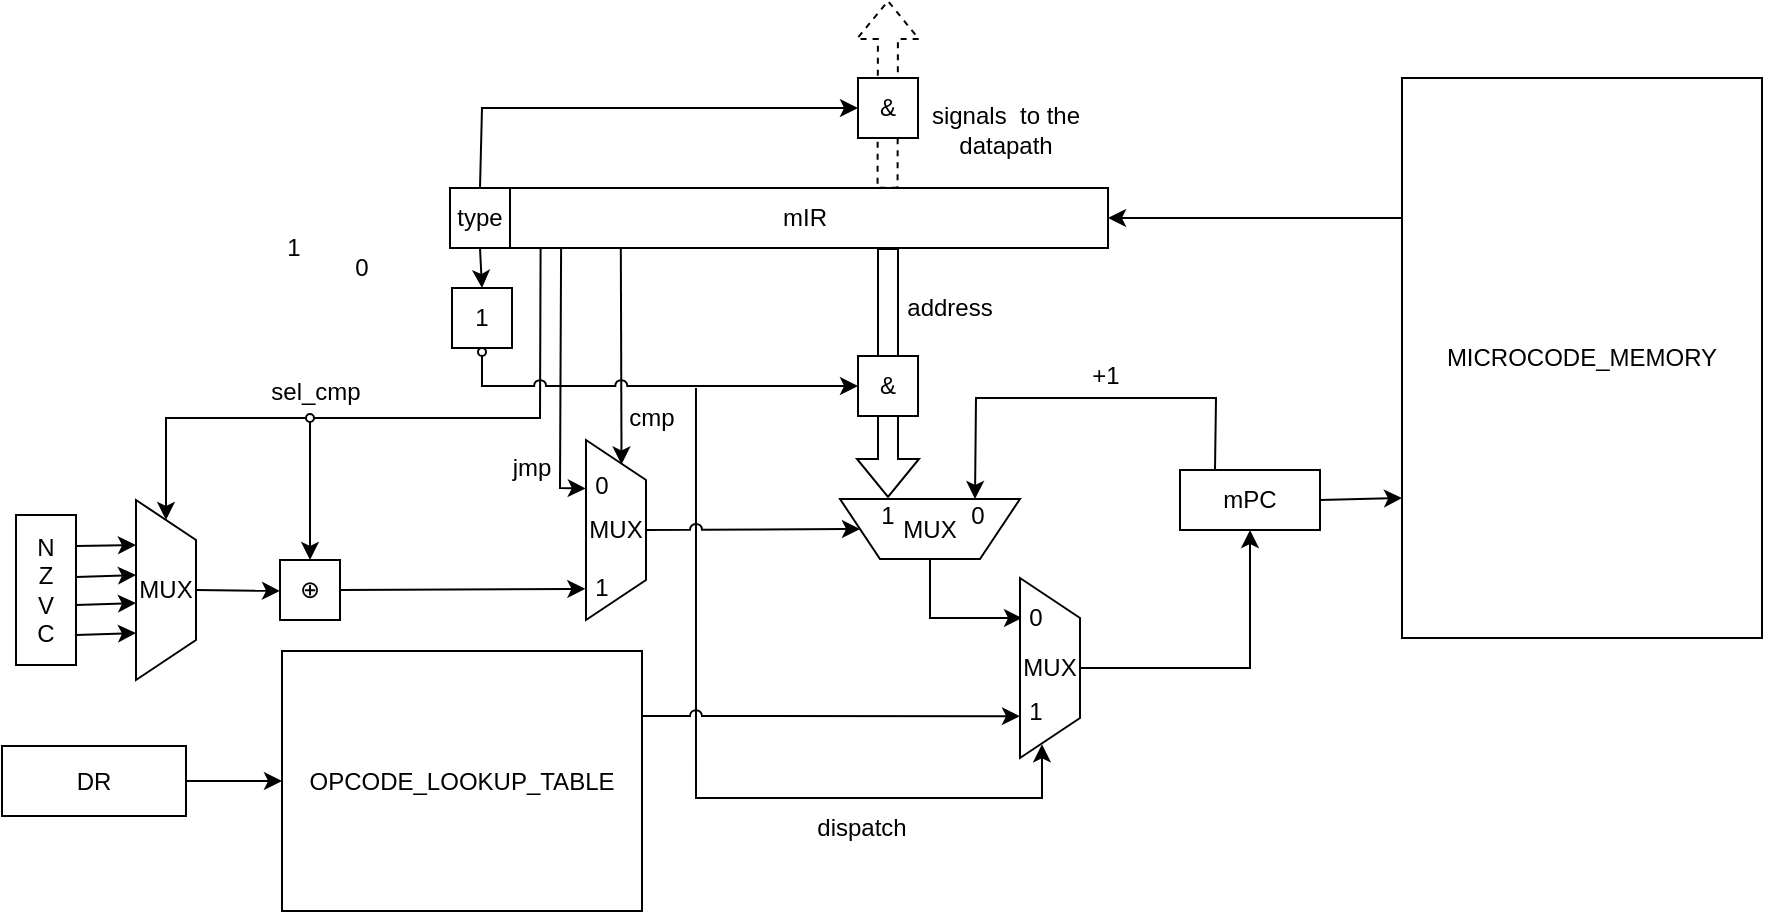
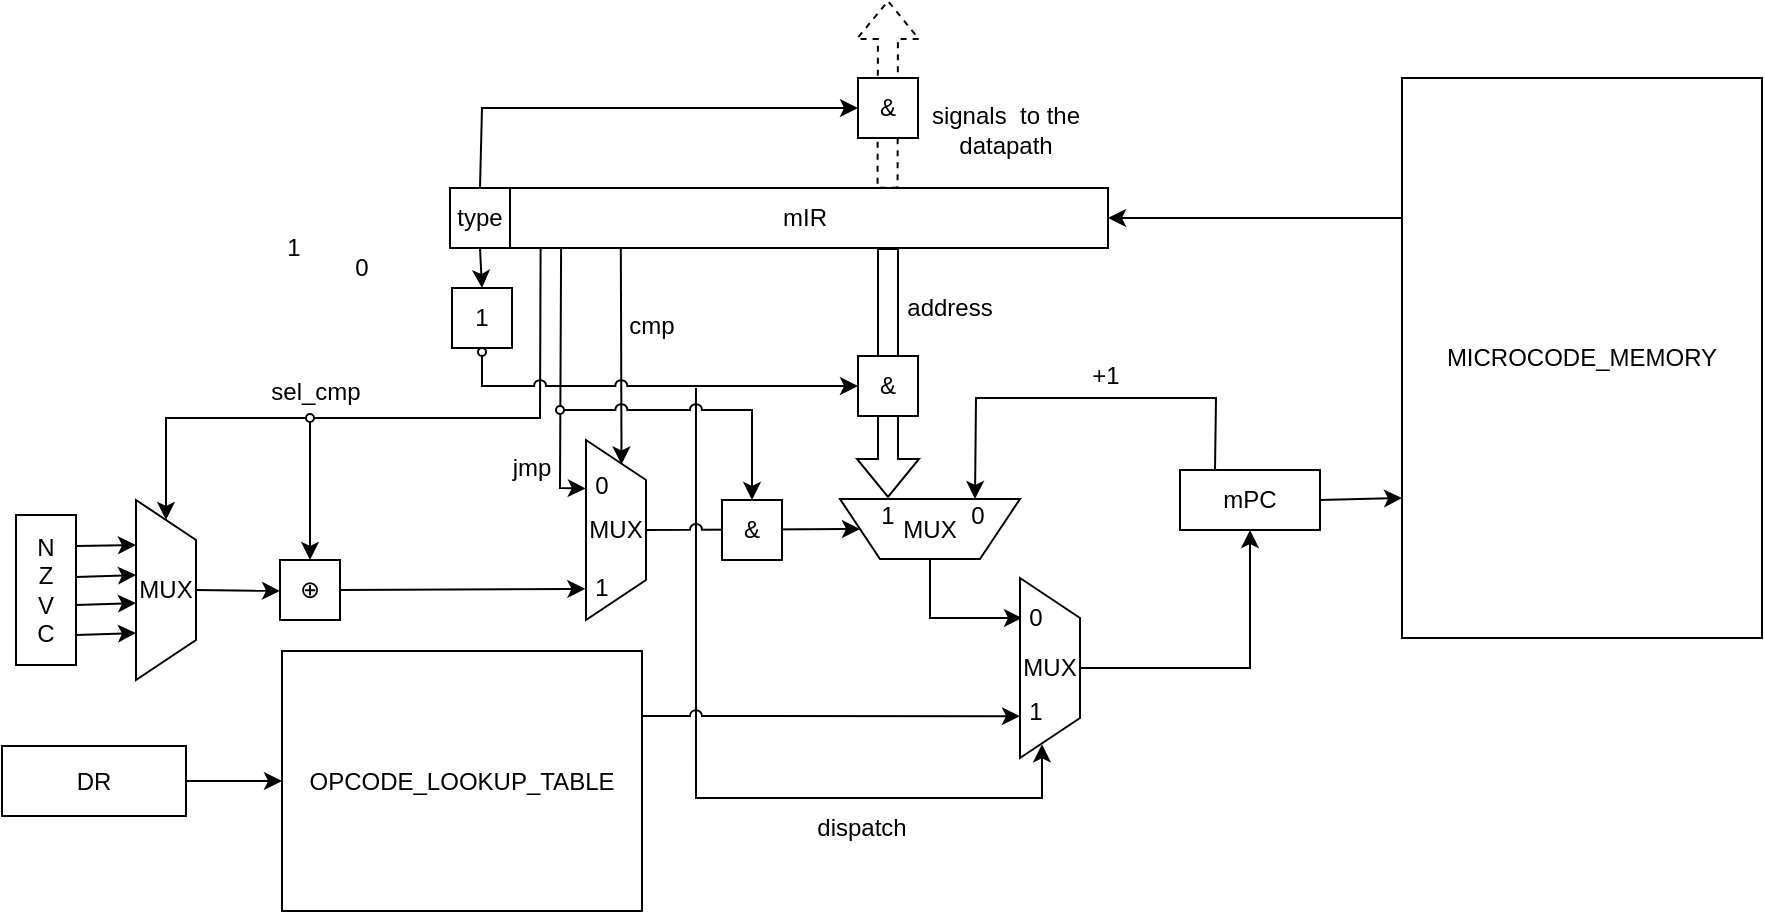
<mxfile host="Electron" agent="Mozilla/5.0 (X11; Linux x86_64) AppleWebKit/537.36 (KHTML, like Gecko) Chrome/136.0.0.0 Safari/537.36">
  <diagram name="Страница — 1" id="IUHHUsOvhiQDS1XtrzDv">
    <mxGraphModel dx="1941" dy="1838" grid="1" gridSize="10" guides="1" tooltips="1" connect="1" arrows="1" fold="1" page="1" pageScale="1" pageWidth="827" pageHeight="1169" math="0" shadow="0">
      <root>
        <mxCell id="0" />
        <mxCell id="1" parent="0" />
        <mxCell id="UMDEijwKjBP0KrCOsV-c-75" edge="1" parent="1" style="endArrow=classic;html=1;rounded=0;exitX=0.33;exitY=1.036;exitDx=0;exitDy=0;exitPerimeter=0;entryX=0.649;entryY=1.038;entryDx=0;entryDy=0;entryPerimeter=0;" target="UMDEijwKjBP0KrCOsV-c-89" value="">
          <mxGeometry height="50" relative="1" width="50" as="geometry">
            <Array as="points">
              <mxPoint x="147" y="-710" />
              <mxPoint x="320" y="-710" />
            </Array>
            <mxPoint x="146.98329999999987" y="-915" as="sourcePoint" />
            <mxPoint x="322.0000000000002" y="-671.08" as="targetPoint" />
          </mxGeometry>
        </mxCell>
        <mxCell id="UMDEijwKjBP0KrCOsV-c-66" edge="1" parent="1" style="endArrow=classic;html=1;rounded=0;exitX=0.091;exitY=1.013;exitDx=0;exitDy=0;exitPerimeter=0;entryX=0.5;entryY=0;entryDx=0;entryDy=0;movable=1;resizable=1;rotatable=1;deletable=1;editable=1;locked=0;connectable=1;" target="UMDEijwKjBP0KrCOsV-c-55" value="">
          <mxGeometry height="50" relative="1" width="50" as="geometry">
            <Array as="points">
              <mxPoint x="69" y="-900" />
              <mxPoint x="-46" y="-900" />
            </Array>
            <mxPoint x="69.29390999999987" y="-984.61" as="sourcePoint" />
            <mxPoint x="119" y="-910" as="targetPoint" />
          </mxGeometry>
        </mxCell>
        <mxCell id="UMDEijwKjBP0KrCOsV-c-38" edge="1" parent="1" style="endArrow=classic;html=1;rounded=0;exitX=0.105;exitY=0.998;exitDx=0;exitDy=0;exitPerimeter=0;entryX=0.136;entryY=0.408;entryDx=0;entryDy=0;entryPerimeter=0;" target="UMDEijwKjBP0KrCOsV-c-52" value="">
          <mxGeometry height="50" relative="1" width="50" as="geometry">
            <mxPoint x="109.41604999999981" y="-985.06" as="sourcePoint" />
            <mxPoint x="109" y="-890" as="targetPoint" />
          </mxGeometry>
        </mxCell>
        <mxCell id="UMDEijwKjBP0KrCOsV-c-1" parent="1" style="whiteSpace=wrap;html=1;" value="mPC" vertex="1">
          <mxGeometry height="30" width="70" x="389" y="-874" as="geometry" />
        </mxCell>
        <mxCell id="UMDEijwKjBP0KrCOsV-c-2" parent="1" style="rounded=0;whiteSpace=wrap;html=1;" value="MICROCODE_MEMORY" vertex="1">
          <mxGeometry height="280" width="180" x="500" y="-1070" as="geometry" />
        </mxCell>
        <mxCell id="UMDEijwKjBP0KrCOsV-c-3" parent="1" style="whiteSpace=wrap;html=1;" value="mIR" vertex="1">
          <mxGeometry height="30" width="303.01" x="50" y="-1015" as="geometry" />
        </mxCell>
        <mxCell id="UMDEijwKjBP0KrCOsV-c-4" edge="1" parent="1" source="UMDEijwKjBP0KrCOsV-c-2" style="endArrow=classic;html=1;rounded=0;exitX=0;exitY=0.25;exitDx=0;exitDy=0;entryX=1;entryY=0.5;entryDx=0;entryDy=0;" target="UMDEijwKjBP0KrCOsV-c-3" value="">
          <mxGeometry height="50" relative="1" width="50" as="geometry">
            <mxPoint x="410" y="-950" as="sourcePoint" />
            <mxPoint x="460" y="-1000" as="targetPoint" />
          </mxGeometry>
        </mxCell>
        <mxCell id="UMDEijwKjBP0KrCOsV-c-5" edge="1" parent="1" source="UMDEijwKjBP0KrCOsV-c-1" style="endArrow=classic;html=1;rounded=0;exitX=1;exitY=0.5;exitDx=0;exitDy=0;entryX=0;entryY=0.75;entryDx=0;entryDy=0;" target="UMDEijwKjBP0KrCOsV-c-2" value="">
          <mxGeometry height="50" relative="1" width="50" as="geometry">
            <mxPoint x="350" y="-840" as="sourcePoint" />
            <mxPoint x="400" y="-890" as="targetPoint" />
          </mxGeometry>
        </mxCell>
        <mxCell id="UMDEijwKjBP0KrCOsV-c-7" edge="1" parent="1" style="shape=flexArrow;endArrow=classic;html=1;rounded=0;exitX=0.842;exitY=0.011;exitDx=0;exitDy=0;dashed=1;exitPerimeter=0;" value="">
          <mxGeometry height="50" relative="1" width="50" as="geometry">
            <mxPoint x="242.7744200000002" y="-1014.6700000000001" as="sourcePoint" />
            <mxPoint x="243" y="-1109" as="targetPoint" />
          </mxGeometry>
        </mxCell>
        <mxCell id="UMDEijwKjBP0KrCOsV-c-8" parent="1" style="text;html=1;whiteSpace=wrap;strokeColor=none;fillColor=none;align=center;verticalAlign=middle;rounded=0;" value="signals&amp;nbsp; to the datapath" vertex="1">
          <mxGeometry height="30" width="106" x="249" y="-1059" as="geometry" />
        </mxCell>
        <mxCell id="UMDEijwKjBP0KrCOsV-c-21" parent="1" style="whiteSpace=wrap;html=1;" value="type" vertex="1">
          <mxGeometry height="30" width="30" x="24" y="-1015" as="geometry" />
        </mxCell>
        <mxCell id="UMDEijwKjBP0KrCOsV-c-22" edge="1" parent="1" source="UMDEijwKjBP0KrCOsV-c-21" style="endArrow=classic;html=1;rounded=0;exitX=0.5;exitY=1;exitDx=0;exitDy=0;entryX=0.5;entryY=0;entryDx=0;entryDy=0;" target="UMDEijwKjBP0KrCOsV-c-28" value="">
          <mxGeometry height="50" relative="1" width="50" as="geometry">
            <mxPoint x="-42" y="-985" as="sourcePoint" />
            <mxPoint x="40" y="-950" as="targetPoint" />
          </mxGeometry>
        </mxCell>
        <mxCell id="UMDEijwKjBP0KrCOsV-c-24" parent="1" style="whiteSpace=wrap;html=1;" value="&amp;amp;" vertex="1">
          <mxGeometry height="30" width="30" x="228" y="-1070" as="geometry" />
        </mxCell>
        <mxCell id="UMDEijwKjBP0KrCOsV-c-25" edge="1" parent="1" source="UMDEijwKjBP0KrCOsV-c-21" style="endArrow=classic;html=1;rounded=0;exitX=0.5;exitY=0;exitDx=0;exitDy=0;entryX=0;entryY=0.5;entryDx=0;entryDy=0;" target="UMDEijwKjBP0KrCOsV-c-24" value="">
          <mxGeometry height="50" relative="1" width="50" as="geometry">
            <Array as="points">
              <mxPoint x="40" y="-1055" />
            </Array>
            <mxPoint x="260" y="-1030" as="sourcePoint" />
            <mxPoint x="260" y="-985" as="targetPoint" />
          </mxGeometry>
        </mxCell>
        <mxCell id="UMDEijwKjBP0KrCOsV-c-30" connectable="0" parent="1" style="group" value="" vertex="1">
          <mxGeometry height="34" width="30" x="25" y="-965" as="geometry" />
        </mxCell>
        <mxCell id="UMDEijwKjBP0KrCOsV-c-28" parent="UMDEijwKjBP0KrCOsV-c-30" style="whiteSpace=wrap;html=1;" value="1" vertex="1">
          <mxGeometry height="30" width="30" as="geometry" />
        </mxCell>
        <mxCell id="UMDEijwKjBP0KrCOsV-c-29" parent="UMDEijwKjBP0KrCOsV-c-30" style="ellipse;whiteSpace=wrap;html=1;aspect=fixed;fillColor=none;" value="" vertex="1">
          <mxGeometry height="4" width="4" x="13" y="30" as="geometry" />
        </mxCell>
        <mxCell id="UMDEijwKjBP0KrCOsV-c-32" parent="1" style="rounded=0;whiteSpace=wrap;html=1;direction=south;" value="N&lt;br&gt;Z&lt;br&gt;V&lt;br&gt;C" vertex="1">
          <mxGeometry height="75" width="30" x="-193" y="-851.5" as="geometry" />
        </mxCell>
        <mxCell id="UMDEijwKjBP0KrCOsV-c-34" edge="1" parent="1" source="UMDEijwKjBP0KrCOsV-c-29" style="endArrow=classic;html=1;rounded=0;entryX=0;entryY=0.5;entryDx=0;entryDy=0;exitX=0.5;exitY=1;exitDx=0;exitDy=0;jumpStyle=arc;" target="UMDEijwKjBP0KrCOsV-c-26" value="">
          <mxGeometry height="50" relative="1" width="50" as="geometry">
            <Array as="points">
              <mxPoint x="40" y="-916" />
            </Array>
            <mxPoint x="250" y="-860" as="sourcePoint" />
            <mxPoint x="300" y="-910" as="targetPoint" />
          </mxGeometry>
        </mxCell>
        <mxCell id="UMDEijwKjBP0KrCOsV-c-35" edge="1" parent="1" style="shape=flexArrow;endArrow=classic;html=1;rounded=0;" value="">
          <mxGeometry height="50" relative="1" width="50" as="geometry">
            <mxPoint x="243" y="-985" as="sourcePoint" />
            <mxPoint x="243" y="-860" as="targetPoint" />
          </mxGeometry>
        </mxCell>
        <mxCell id="UMDEijwKjBP0KrCOsV-c-26" parent="1" style="whiteSpace=wrap;html=1;" value="&amp;amp;" vertex="1">
          <mxGeometry height="30" width="30" x="228.01" y="-931" as="geometry" />
        </mxCell>
        <mxCell id="UMDEijwKjBP0KrCOsV-c-40" parent="1" style="shape=trapezoid;perimeter=trapezoidPerimeter;whiteSpace=wrap;html=1;fixedSize=1;direction=east;rotation=90;horizontal=0;" value="MUX" vertex="1">
          <mxGeometry height="30" width="90" x="-163" y="-829" as="geometry" />
        </mxCell>
        <mxCell id="UMDEijwKjBP0KrCOsV-c-41" edge="1" parent="1" source="UMDEijwKjBP0KrCOsV-c-32" style="endArrow=classic;html=1;rounded=0;exitX=0.207;exitY=-0.001;exitDx=0;exitDy=0;exitPerimeter=0;entryX=0.25;entryY=1;entryDx=0;entryDy=0;" target="UMDEijwKjBP0KrCOsV-c-40" value="">
          <mxGeometry height="50" relative="1" width="50" as="geometry">
            <mxPoint x="-23" y="-701.5" as="sourcePoint" />
            <mxPoint x="27" y="-751.5" as="targetPoint" />
          </mxGeometry>
        </mxCell>
        <mxCell id="UMDEijwKjBP0KrCOsV-c-42" edge="1" parent="1" style="endArrow=classic;html=1;rounded=0;exitX=0.207;exitY=-0.001;exitDx=0;exitDy=0;exitPerimeter=0;entryX=0.25;entryY=1;entryDx=0;entryDy=0;" value="">
          <mxGeometry height="50" relative="1" width="50" as="geometry">
            <mxPoint x="-163" y="-820.5" as="sourcePoint" />
            <mxPoint x="-133" y="-821.5" as="targetPoint" />
          </mxGeometry>
        </mxCell>
        <mxCell id="UMDEijwKjBP0KrCOsV-c-43" edge="1" parent="1" style="endArrow=classic;html=1;rounded=0;exitX=0.207;exitY=-0.001;exitDx=0;exitDy=0;exitPerimeter=0;entryX=0.25;entryY=1;entryDx=0;entryDy=0;" value="">
          <mxGeometry height="50" relative="1" width="50" as="geometry">
            <mxPoint x="-163" y="-806.5" as="sourcePoint" />
            <mxPoint x="-133" y="-807.5" as="targetPoint" />
          </mxGeometry>
        </mxCell>
        <mxCell id="UMDEijwKjBP0KrCOsV-c-44" edge="1" parent="1" style="endArrow=classic;html=1;rounded=0;exitX=0.207;exitY=-0.001;exitDx=0;exitDy=0;exitPerimeter=0;entryX=0.25;entryY=1;entryDx=0;entryDy=0;" value="">
          <mxGeometry height="50" relative="1" width="50" as="geometry">
            <mxPoint x="-163" y="-791.5" as="sourcePoint" />
            <mxPoint x="-133" y="-792.5" as="targetPoint" />
          </mxGeometry>
        </mxCell>
        <mxCell id="UMDEijwKjBP0KrCOsV-c-45" edge="1" parent="1" source="UMDEijwKjBP0KrCOsV-c-40" style="endArrow=classic;html=1;rounded=0;exitX=0.5;exitY=0;exitDx=0;exitDy=0;" value="">
          <mxGeometry height="50" relative="1" width="50" as="geometry">
            <mxPoint x="-41" y="-809.5" as="sourcePoint" />
            <mxPoint x="-61" y="-813.5" as="targetPoint" />
          </mxGeometry>
        </mxCell>
        <mxCell id="UMDEijwKjBP0KrCOsV-c-46" parent="1" style="shape=trapezoid;perimeter=trapezoidPerimeter;whiteSpace=wrap;html=1;fixedSize=1;direction=south;rotation=90;horizontal=0;" value="MUX" vertex="1">
          <mxGeometry height="90" width="30" x="249" y="-889.5" as="geometry" />
        </mxCell>
        <mxCell id="UMDEijwKjBP0KrCOsV-c-48" edge="1" parent="1" source="UMDEijwKjBP0KrCOsV-c-1" style="endArrow=classic;html=1;rounded=0;entryX=0.25;entryY=1;entryDx=0;entryDy=0;exitX=0.25;exitY=0;exitDx=0;exitDy=0;" target="UMDEijwKjBP0KrCOsV-c-46" value="">
          <mxGeometry height="50" relative="1" width="50" as="geometry">
            <Array as="points">
              <mxPoint x="407" y="-910" />
              <mxPoint x="287" y="-910" />
            </Array>
            <mxPoint x="287" y="-900" as="sourcePoint" />
            <mxPoint x="280" y="-900" as="targetPoint" />
          </mxGeometry>
        </mxCell>
        <mxCell id="UMDEijwKjBP0KrCOsV-c-50" parent="1" style="text;html=1;whiteSpace=wrap;strokeColor=none;fillColor=none;align=center;verticalAlign=middle;rounded=0;" value="+1" vertex="1">
          <mxGeometry height="30" width="60" x="322" y="-936" as="geometry" />
        </mxCell>
        <mxCell id="UMDEijwKjBP0KrCOsV-c-51" edge="1" parent="1" source="UMDEijwKjBP0KrCOsV-c-46" style="endArrow=classic;html=1;rounded=0;exitX=0.5;exitY=0;exitDx=0;exitDy=0;" value="">
          <mxGeometry height="50" relative="1" width="50" as="geometry">
            <Array as="points">
              <mxPoint x="264" y="-800" />
            </Array>
            <mxPoint x="280" y="-870" as="sourcePoint" />
            <mxPoint x="310" y="-800" as="targetPoint" />
          </mxGeometry>
        </mxCell>
        <mxCell id="UMDEijwKjBP0KrCOsV-c-52" parent="1" style="shape=trapezoid;perimeter=trapezoidPerimeter;whiteSpace=wrap;html=1;fixedSize=1;direction=east;rotation=90;horizontal=0;" value="MUX" vertex="1">
          <mxGeometry height="30" width="90" x="62" y="-859" as="geometry" />
        </mxCell>
        <mxCell id="UMDEijwKjBP0KrCOsV-c-61" edge="1" parent="1" source="UMDEijwKjBP0KrCOsV-c-55" style="endArrow=classic;html=1;rounded=0;exitX=1;exitY=0.5;exitDx=0;exitDy=0;entryX=0.827;entryY=1.011;entryDx=0;entryDy=0;entryPerimeter=0;movable=1;resizable=1;rotatable=1;deletable=1;editable=1;locked=0;connectable=1;" target="UMDEijwKjBP0KrCOsV-c-52" value="">
          <mxGeometry height="50" relative="1" width="50" as="geometry">
            <mxPoint x="-26.999999999965667" y="-814" as="sourcePoint" />
            <mxPoint x="75.36999999999989" y="-814.23" as="targetPoint" />
          </mxGeometry>
        </mxCell>
        <mxCell id="UMDEijwKjBP0KrCOsV-c-62" parent="1" style="ellipse;whiteSpace=wrap;html=1;aspect=fixed;fillColor=light-dark(#FFFFFF,#FFFFFF);" value="" vertex="1">
          <mxGeometry height="4" width="4" x="-48" y="-902" as="geometry" />
        </mxCell>
        <mxCell id="UMDEijwKjBP0KrCOsV-c-64" edge="1" parent="1" source="UMDEijwKjBP0KrCOsV-c-62" style="endArrow=classic;html=1;rounded=0;exitX=0;exitY=0.5;exitDx=0;exitDy=0;entryX=0;entryY=0.5;entryDx=0;entryDy=0;" target="UMDEijwKjBP0KrCOsV-c-40" value="">
          <mxGeometry height="50" relative="1" width="50" as="geometry">
            <Array as="points">
              <mxPoint x="-118" y="-900" />
            </Array>
            <mxPoint x="-33" y="-916" as="sourcePoint" />
            <mxPoint x="-93" y="-903" as="targetPoint" />
          </mxGeometry>
        </mxCell>
        <mxCell id="UMDEijwKjBP0KrCOsV-c-65" edge="1" parent="1" source="UMDEijwKjBP0KrCOsV-c-52" style="endArrow=classic;html=1;rounded=0;entryX=1;entryY=0.5;entryDx=0;entryDy=0;exitX=0.5;exitY=0;exitDx=0;exitDy=0;jumpStyle=arc;" target="UMDEijwKjBP0KrCOsV-c-46" value="">
          <mxGeometry height="50" relative="1" width="50" as="geometry">
            <mxPoint x="120" y="-850" as="sourcePoint" />
            <mxPoint x="170" y="-900" as="targetPoint" />
          </mxGeometry>
        </mxCell>
        <mxCell id="UMDEijwKjBP0KrCOsV-c-69" edge="1" parent="1" style="endArrow=classic;html=1;rounded=0;entryX=0.269;entryY=1.003;entryDx=0;entryDy=0;entryPerimeter=0;exitX=0.137;exitY=1.015;exitDx=0;exitDy=0;exitPerimeter=0;" target="UMDEijwKjBP0KrCOsV-c-52" value="">
          <mxGeometry height="50" relative="1" width="50" as="geometry">
            <Array as="points">
              <mxPoint x="79" y="-865" />
            </Array>
            <mxPoint x="79.55236999999966" y="-984.5500000000001" as="sourcePoint" />
            <mxPoint x="84" y="-864.5" as="targetPoint" />
          </mxGeometry>
        </mxCell>
        <mxCell id="UMDEijwKjBP0KrCOsV-c-71" parent="1" style="text;html=1;whiteSpace=wrap;strokeColor=none;fillColor=none;align=center;verticalAlign=middle;rounded=0;" value="jmp" vertex="1">
          <mxGeometry height="30" width="60" x="35" y="-890" as="geometry" />
        </mxCell>
        <mxCell id="UMDEijwKjBP0KrCOsV-c-72" parent="1" style="text;html=1;whiteSpace=wrap;strokeColor=none;fillColor=none;align=center;verticalAlign=middle;rounded=0;" value="sel_cmp" vertex="1">
          <mxGeometry height="30" width="60" x="-73" y="-928" as="geometry" />
        </mxCell>
        <mxCell id="UMDEijwKjBP0KrCOsV-c-73" parent="1" style="text;html=1;whiteSpace=wrap;strokeColor=none;fillColor=none;align=center;verticalAlign=middle;rounded=0;" value="address" vertex="1">
          <mxGeometry height="30" width="60" x="244" y="-970" as="geometry" />
        </mxCell>
        <mxCell id="UMDEijwKjBP0KrCOsV-c-74" parent="1" style="rounded=0;whiteSpace=wrap;html=1;" value="OPCODE_LOOKUP_TABLE" vertex="1">
          <mxGeometry height="130" width="180" x="-60" y="-783.5" as="geometry" />
        </mxCell>
        <mxCell id="UMDEijwKjBP0KrCOsV-c-76" parent="1" style="text;html=1;whiteSpace=wrap;strokeColor=none;fillColor=none;align=center;verticalAlign=middle;rounded=0;" value="&lt;div&gt;dispatch&lt;/div&gt;" vertex="1">
          <mxGeometry height="30" width="60" x="200" y="-710" as="geometry" />
        </mxCell>
        <mxCell id="UMDEijwKjBP0KrCOsV-c-77" parent="1" style="shape=trapezoid;perimeter=trapezoidPerimeter;whiteSpace=wrap;html=1;fixedSize=1;direction=east;rotation=90;horizontal=0;" value="MUX" vertex="1">
          <mxGeometry height="30" width="90" x="279" y="-790" as="geometry" />
        </mxCell>
        <mxCell id="UMDEijwKjBP0KrCOsV-c-78" edge="1" parent="1" source="UMDEijwKjBP0KrCOsV-c-74" style="endArrow=classic;html=1;rounded=0;exitX=1;exitY=0.25;exitDx=0;exitDy=0;jumpStyle=arc;entryX=0.099;entryY=0.569;entryDx=0;entryDy=0;entryPerimeter=0;" target="UMDEijwKjBP0KrCOsV-c-89" value="">
          <mxGeometry height="50" relative="1" width="50" as="geometry">
            <mxPoint x="120" y="-740" as="sourcePoint" />
            <mxPoint x="290" y="-751" as="targetPoint" />
          </mxGeometry>
        </mxCell>
        <mxCell id="UMDEijwKjBP0KrCOsV-c-79" edge="1" parent="1" source="UMDEijwKjBP0KrCOsV-c-80" style="endArrow=classic;html=1;rounded=0;entryX=0;entryY=0.5;entryDx=0;entryDy=0;exitX=1;exitY=0.5;exitDx=0;exitDy=0;" target="UMDEijwKjBP0KrCOsV-c-74" value="">
          <mxGeometry height="50" relative="1" width="50" as="geometry">
            <mxPoint x="-200" y="-718" as="sourcePoint" />
            <mxPoint x="10" y="-760" as="targetPoint" />
          </mxGeometry>
        </mxCell>
        <mxCell id="UMDEijwKjBP0KrCOsV-c-80" parent="1" style="rounded=0;whiteSpace=wrap;html=1;" value="DR" vertex="1">
          <mxGeometry height="35" width="92" x="-200" y="-736" as="geometry" />
        </mxCell>
        <mxCell id="UMDEijwKjBP0KrCOsV-c-81" edge="1" parent="1" source="UMDEijwKjBP0KrCOsV-c-77" style="endArrow=classic;html=1;rounded=0;entryX=0.5;entryY=1;entryDx=0;entryDy=0;exitX=0.5;exitY=0;exitDx=0;exitDy=0;" target="UMDEijwKjBP0KrCOsV-c-1" value="">
          <mxGeometry height="50" relative="1" width="50" as="geometry">
            <Array as="points">
              <mxPoint x="424" y="-775" />
            </Array>
            <mxPoint x="310" y="-640" as="sourcePoint" />
            <mxPoint x="360" y="-690" as="targetPoint" />
          </mxGeometry>
        </mxCell>
        <mxCell id="UMDEijwKjBP0KrCOsV-c-82" parent="1" style="text;html=1;whiteSpace=wrap;strokeColor=none;fillColor=none;align=center;verticalAlign=middle;rounded=0;" value="1" vertex="1">
          <mxGeometry height="30" width="20" x="-64" y="-1000" as="geometry" />
        </mxCell>
        <mxCell id="UMDEijwKjBP0KrCOsV-c-83" parent="1" style="text;html=1;whiteSpace=wrap;strokeColor=none;fillColor=none;align=center;verticalAlign=middle;rounded=0;" value="1" vertex="1">
          <mxGeometry height="30" width="20" x="90" y="-830" as="geometry" />
        </mxCell>
        <mxCell id="UMDEijwKjBP0KrCOsV-c-84" parent="1" style="text;html=1;whiteSpace=wrap;strokeColor=none;fillColor=none;align=center;verticalAlign=middle;rounded=0;" value="cmp" vertex="1">
-           <mxGeometry height="30" width="60" x="95" y="-915" as="geometry" />
+           <mxGeometry height="30" width="60" x="95" y="-961" as="geometry" />
        </mxCell>
        <mxCell id="UMDEijwKjBP0KrCOsV-c-85" parent="1" style="text;html=1;whiteSpace=wrap;strokeColor=none;fillColor=none;align=center;verticalAlign=middle;rounded=0;" value="0" vertex="1">
          <mxGeometry height="30" width="20" x="-30" y="-990" as="geometry" />
        </mxCell>
        <mxCell id="UMDEijwKjBP0KrCOsV-c-86" parent="1" style="text;html=1;whiteSpace=wrap;strokeColor=none;fillColor=none;align=center;verticalAlign=middle;rounded=0;" value="0" vertex="1">
          <mxGeometry height="30" width="20" x="90" y="-881.5" as="geometry" />
        </mxCell>
        <mxCell id="UMDEijwKjBP0KrCOsV-c-87" parent="1" style="text;html=1;whiteSpace=wrap;strokeColor=none;fillColor=none;align=center;verticalAlign=middle;rounded=0;" value="0" vertex="1">
          <mxGeometry height="30" width="20" x="278" y="-866" as="geometry" />
        </mxCell>
        <mxCell id="UMDEijwKjBP0KrCOsV-c-88" parent="1" style="text;html=1;whiteSpace=wrap;strokeColor=none;fillColor=none;align=center;verticalAlign=middle;rounded=0;" value="1" vertex="1">
          <mxGeometry height="30" width="20" x="233.01" y="-866" as="geometry" />
        </mxCell>
        <mxCell id="UMDEijwKjBP0KrCOsV-c-89" parent="1" style="text;html=1;whiteSpace=wrap;strokeColor=none;fillColor=none;align=center;verticalAlign=middle;rounded=0;" value="1" vertex="1">
          <mxGeometry height="30" width="20" x="307.01" y="-768" as="geometry" />
        </mxCell>
        <mxCell id="UMDEijwKjBP0KrCOsV-c-90" parent="1" style="text;html=1;whiteSpace=wrap;strokeColor=none;fillColor=none;align=center;verticalAlign=middle;rounded=0;" value="0" vertex="1">
          <mxGeometry height="30" width="20" x="307" y="-815" as="geometry" />
        </mxCell>
        <mxCell id="UMDEijwKjBP0KrCOsV-c-54" connectable="0" parent="1" style="group;direction=east;" value="" vertex="1">
          <mxGeometry height="34" width="30" x="-61" y="-829" as="geometry" />
        </mxCell>
        <mxCell id="UMDEijwKjBP0KrCOsV-c-55" parent="UMDEijwKjBP0KrCOsV-c-54" style="whiteSpace=wrap;html=1;" value="⊕" vertex="1">
          <mxGeometry height="30" width="30" as="geometry" />
+         </mxCell>
+         <mxCell id="h1i_srdHn8sbLIJ9QBDX-2" parent="1" style="whiteSpace=wrap;html=1;" value="&amp;amp;" vertex="1">
+           <mxGeometry height="30" width="30" x="160" y="-859" as="geometry" />
+         </mxCell>
+         <mxCell id="h1i_srdHn8sbLIJ9QBDX-3" parent="1" style="ellipse;whiteSpace=wrap;html=1;aspect=fixed;fillColor=light-dark(#FFFFFF,#FFFFFF);" value="" vertex="1">
+           <mxGeometry height="4" width="4" x="77" y="-906" as="geometry" />
+         </mxCell>
+         <mxCell id="h1i_srdHn8sbLIJ9QBDX-4" edge="1" parent="1" source="h1i_srdHn8sbLIJ9QBDX-3" style="endArrow=classic;html=1;rounded=0;exitX=1;exitY=0.5;exitDx=0;exitDy=0;entryX=0.5;entryY=0;entryDx=0;entryDy=0;jumpStyle=arc;" target="h1i_srdHn8sbLIJ9QBDX-2" value="">
+           <mxGeometry height="50" relative="1" width="50" as="geometry">
+             <Array as="points">
+               <mxPoint x="175" y="-904" />
+             </Array>
+             <mxPoint x="90" y="-890" as="sourcePoint" />
+             <mxPoint x="140" y="-940" as="targetPoint" />
+           </mxGeometry>
        </mxCell>
      </root>
    </mxGraphModel>
  </diagram>
</mxfile>
